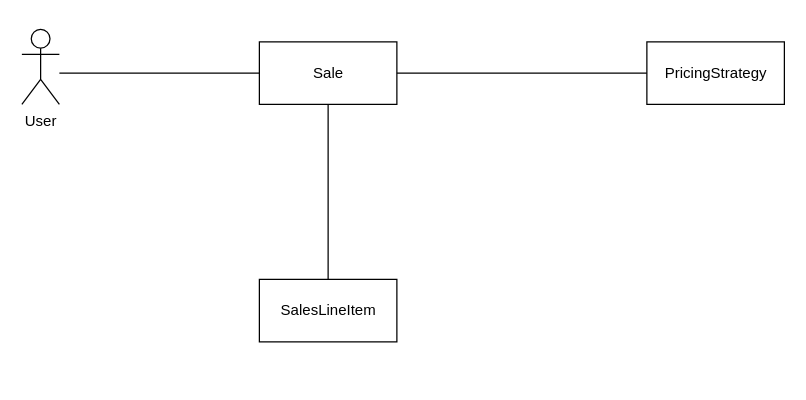
This is IS_HW_2_CD.drawio from YuanchenZhu2020/DrawIO, a draw.io file, before an edit. Source tidied: cells renumbered, new cells numbered last; positions are measured from the earlier drawing's top-left corner, leaving out a move shared by most shapes. Both pictures are drawn from the tidied source at 125%, with x=0, y=0 at pixel (21, 29).
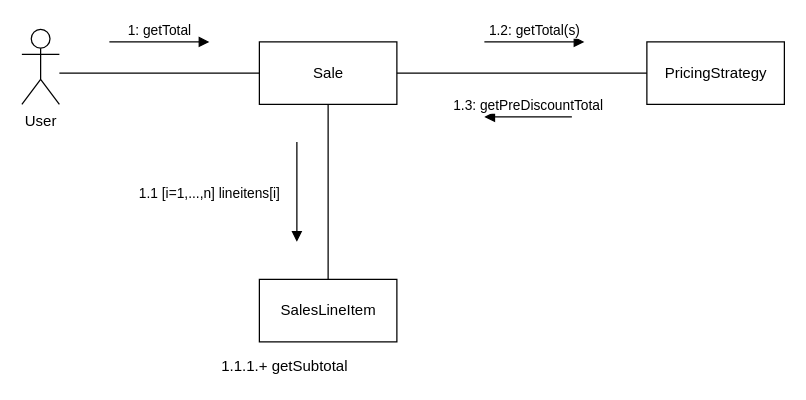
After the change.

Change to the diagram source:
```diff
@@
 <mxGraphModel>
   <root>
     <mxCell id="0" />
     <mxCell id="1" parent="0" />
     <mxCell id="2" value="User" style="shape=umlActor;verticalLabelPosition=bottom;verticalAlign=top;html=1;" parent="1" vertex="1">
       <mxGeometry width="30" height="60" as="geometry" />
     </mxCell>
     <mxCell id="3" style="edgeStyle=orthogonalEdgeStyle;rounded=0;jettySize=auto;html=1;endArrow=none;endFill=0;" parent="1" edge="1" source="4" target="5">
       <mxGeometry relative="1" as="geometry" />
     </mxCell>
     <mxCell id="4" value="Sale" style="html=1;" parent="1" vertex="1">
       <mxGeometry x="190" y="10" width="110" height="50" as="geometry" />
     </mxCell>
     <mxCell id="5" value="SalesLineItem" style="html=1;" parent="1" vertex="1">
       <mxGeometry x="190" y="200" width="110" height="50" as="geometry" />
     </mxCell>
     <mxCell id="6" value="PricingStrategy" style="html=1;" parent="1" vertex="1">
       <mxGeometry x="500" y="10" width="110" height="50" as="geometry" />
     </mxCell>
     <mxCell id="7" style="line;strokeWidth=1;fillColor=none;align=left;verticalAlign=middle;spacingTop=-1;spacingLeft=3;spacingRight=3;labelPosition=right;" parent="1" vertex="1">
       <mxGeometry x="30" y="31" width="160" height="8" as="geometry" />
     </mxCell>
     <mxCell id="8" style="line;strokeWidth=1;fillColor=none;align=left;verticalAlign=middle;spacingTop=-1;spacingLeft=3;spacingRight=3;labelPosition=right;" parent="1" vertex="1">
       <mxGeometry x="300" y="31" width="200" height="8" as="geometry" />
     </mxCell>
+    <mxCell id="9" value="1: getTotal" style="html=1;verticalAlign=bottom;endArrow=block;" parent="1" edge="1">
+      <mxGeometry relative="1" as="geometry">
+        <mxPoint x="70" y="10" as="sourcePoint" />
+        <mxPoint x="150" y="10" as="targetPoint" />
+      </mxGeometry>
+    </mxCell>
+    <mxCell id="10" value="1.1 [i=1,...,n] lineitens[i]" style="html=1;verticalAlign=bottom;endArrow=block;" parent="1" edge="1">
+      <mxGeometry x="0.25" y="-70" relative="1" as="geometry">
+        <mxPoint x="220" y="90" as="sourcePoint" />
+        <mxPoint x="220" y="170" as="targetPoint" />
+      </mxGeometry>
+    </mxCell>
+    <mxCell id="11" value="1.1.1.+ getSubtotal" style="text;html=1;align=center;verticalAlign=middle;strokeColor=none;" parent="1" vertex="1">
+      <mxGeometry x="150" y="260" width="120" height="20" as="geometry" />
+    </mxCell>
+    <mxCell id="12" value="1.2: getTotal(s)" style="html=1;verticalAlign=bottom;endArrow=block;" parent="1" edge="1">
+      <mxGeometry relative="1" as="geometry">
+        <mxPoint x="370" y="10" as="sourcePoint" />
+        <mxPoint x="450" y="10" as="targetPoint" />
+      </mxGeometry>
+    </mxCell>
+    <mxCell id="13" value="1.3: getPreDiscountTotal" style="html=1;verticalAlign=bottom;endArrow=block;" parent="1" edge="1">
+      <mxGeometry relative="1" as="geometry">
+        <mxPoint x="440" y="70" as="sourcePoint" />
+        <mxPoint x="370" y="70" as="targetPoint" />
+      </mxGeometry>
+    </mxCell>
   </root>
 </mxGraphModel>
```
